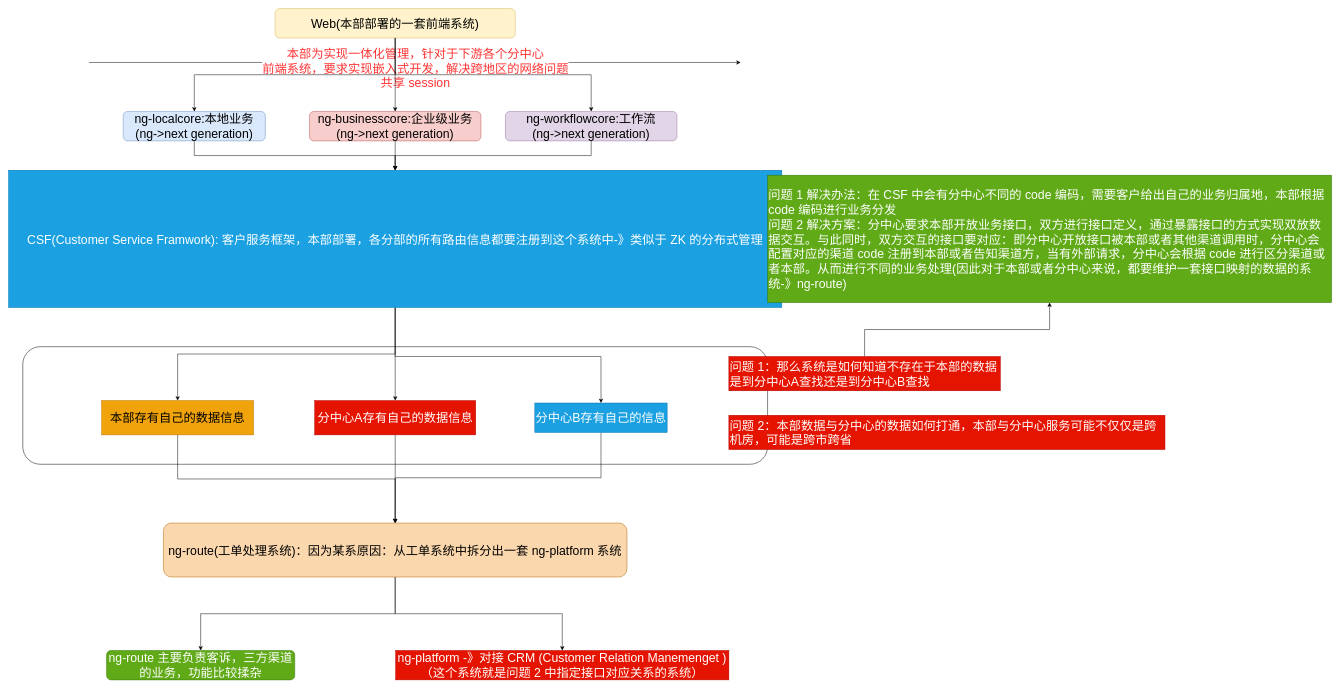
This is utilsdemo/src/main/resources/FlowDiagram/业务通信上下游交互.drawio from an-1024/WorkUtil, a draw.io file, before an edit. Source tidied: cells renumbered, new cells numbered last; positions are measured from the earlier drawing's top-left corner, leaving out a move shared by most shapes. Both pictures are drawn from the tidied source at 49%, with x=0, y=0 at pixel (8, 8).
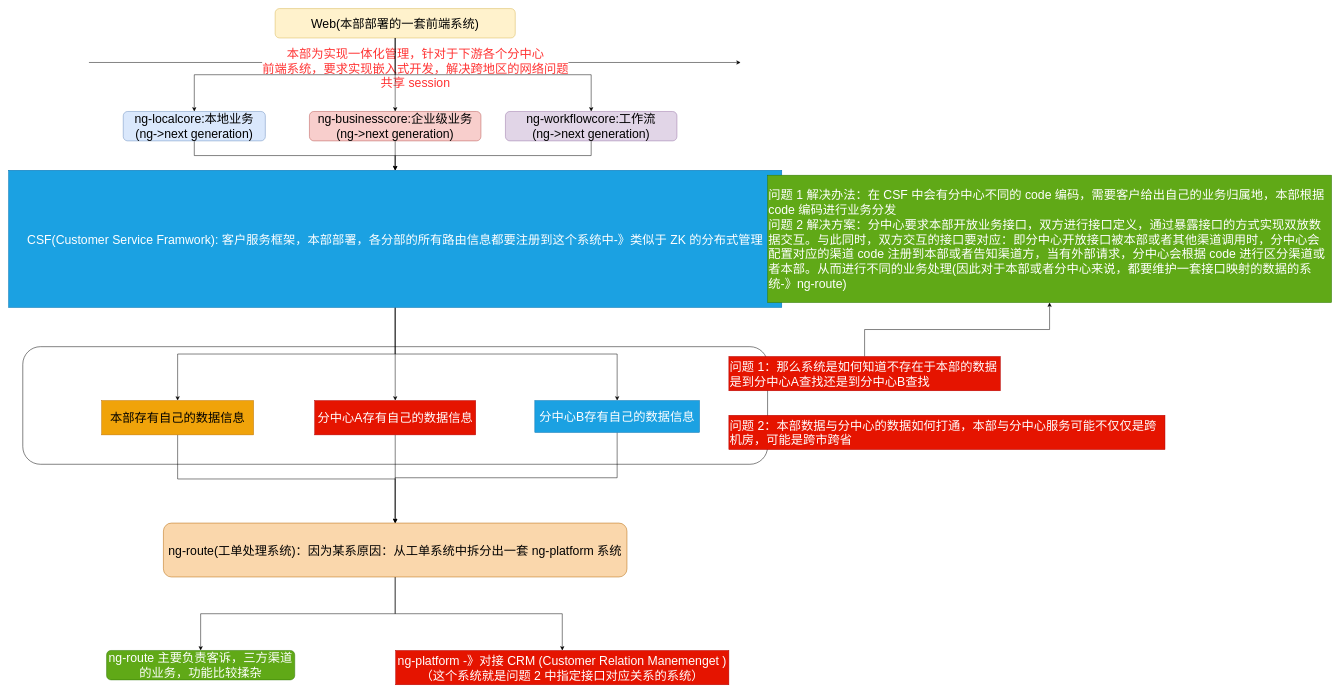
After the change.

Commit message (it also covers changes not shown here):
更新业务通信上下游交互.drawio

The change refers to these unchanged cells:
```xml
<mxCell id="18" value="CSF(Customer Service Framwork): 客户服务框架，本部部署，各分部的所有路由信息都要注册到这个系统中-》类似于 ZK 的分布式管理" style="rounded=0;whiteSpace=wrap;html=1;fontSize=25;fontColor=#ffffff;fillColor=#1ba1e2;strokeColor=#006EAF;" parent="1" vertex="1">
  <mxGeometry y="330" width="1578" height="280" as="geometry" />
</mxCell>
```

What changed in the source:
```diff
@@
     <mxCell id="17" style="edgeStyle=orthogonalEdgeStyle;rounded=0;jettySize=auto;html=1;fontSize=25;fontColor=#000000;" parent="1" edge="1" source="18" target="24">
-      <mxGeometry relative="1" as="geometry">
-        <Array as="points">
-          <mxPoint x="789" y="710" />
-          <mxPoint x="1209" y="710" />
-        </Array>
-      </mxGeometry>
+      <mxGeometry relative="1" as="geometry" />
     </mxCell>
@@
-    <mxCell id="24" value="分中心B存有自己的信息" style="whiteSpace=wrap;html=1;fontSize=25;fillColor=#1ba1e2;strokeColor=#006EAF;fontColor=#ffffff;rounded=0;" parent="1" vertex="1">
-      <mxGeometry x="1074" y="805" width="270" height="60" as="geometry" />
+    <mxCell id="24" value="分中心B存有自己的数据信息" style="whiteSpace=wrap;html=1;fontSize=25;fillColor=#1ba1e2;strokeColor=#006EAF;fontColor=#ffffff;rounded=0;" parent="1" vertex="1">
+      <mxGeometry x="1074" y="800" width="336" height="65" as="geometry" />
     </mxCell>
@@
     <mxCell id="33" value="ng-platform -》对接 CRM (Customer Relation Manemenget ) （这个系统就是问题 2 中指定接口对应关系的系统）" style="whiteSpace=wrap;html=1;fontSize=25;fillColor=#e51400;strokeColor=#B20000;fontColor=#ffffff;rounded=0;" parent="1" vertex="1">
-      <mxGeometry x="790" y="1310" width="680" height="60" as="geometry" />
+      <mxGeometry x="790" y="1310" width="680" height="70" as="geometry" />
     </mxCell>
```
